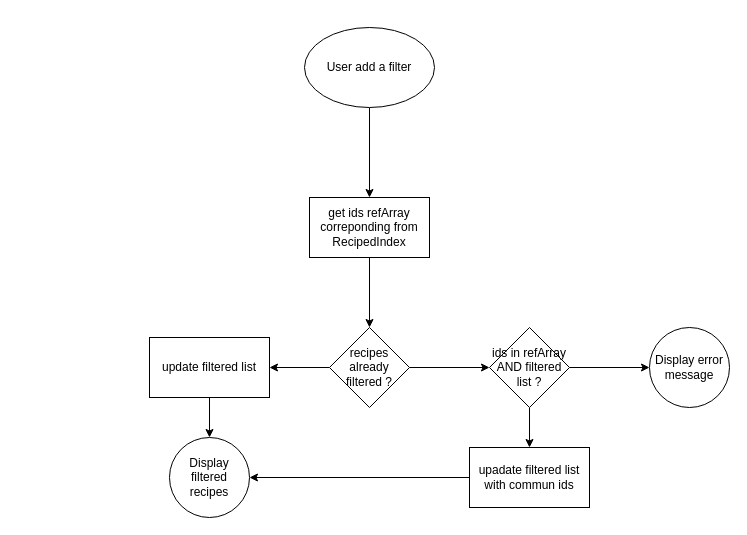
The draw.io diagram algorigram/filter-search.drawio in belaidSolene/les-petits-plats, before the edit. Source tidied: cells renumbered, new cells numbered last; positions are measured from the earlier drawing's top-left corner, leaving out a move shared by most shapes. Both pictures are drawn from the tidied source at 100%, with x=0, y=0 at pixel (149, 27).
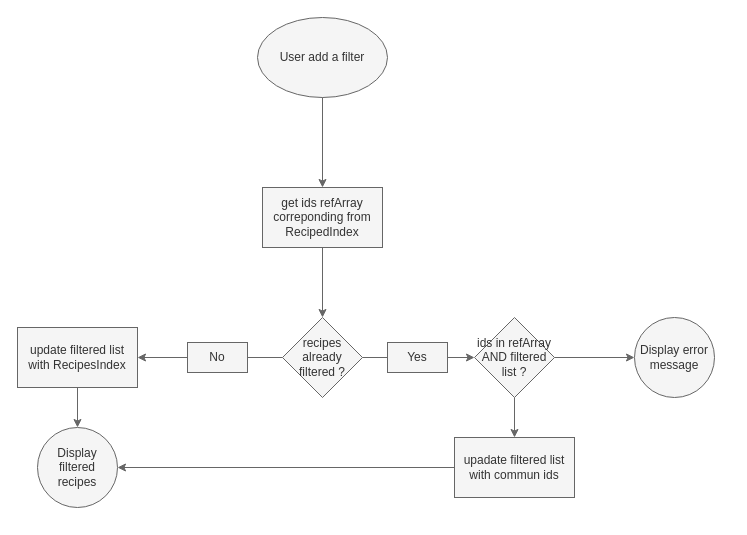
After the change.

What changed in the source:
```diff
@@
-<mxGraphModel>
+<mxGraphModel background="#ffffff">
@@
+    <mxCell id="3" value="User add a filter" style="ellipse;whiteSpace=wrap;html=1;fillColor=#f5f5f5;fontColor=#333333;strokeColor=#666666;" parent="1" vertex="1">
+      <mxGeometry x="108" y="-10" width="130" height="80" as="geometry" />
+    </mxCell>
-    <mxCell id="2" style="edgeStyle=none;html=1;" parent="1" edge="1" source="3" target="5">
+    <mxCell id="2" style="edgeStyle=none;html=1;fillColor=#f5f5f5;strokeColor=#666666;" parent="1" edge="1" source="3" target="5">
       <mxGeometry relative="1" as="geometry" />
     </mxCell>
-    <mxCell id="3" value="User add a filter" style="ellipse;whiteSpace=wrap;html=1;" parent="1" vertex="1">
-      <mxGeometry x="155" width="130" height="80" as="geometry" />
-    </mxCell>
+    <mxCell id="5" value="get ids refArray correponding from RecipedIndex" style="whiteSpace=wrap;html=1;fillColor=#f5f5f5;fontColor=#333333;strokeColor=#666666;" parent="1" vertex="1">
+      <mxGeometry x="113" y="160" width="120" height="60" as="geometry" />
+    </mxCell>
+    <mxCell id="8" value="recipes already filtered ?" style="rhombus;whiteSpace=wrap;html=1;fillColor=#f5f5f5;fontColor=#333333;strokeColor=#666666;" parent="1" vertex="1">
+      <mxGeometry x="133" y="290" width="80" height="80" as="geometry" />
+    </mxCell>
-    <mxCell id="4" style="edgeStyle=none;html=1;" parent="1" edge="1" source="5" target="8">
+    <mxCell id="4" style="edgeStyle=none;html=1;fillColor=#f5f5f5;strokeColor=#666666;" parent="1" edge="1" source="5" target="8">
       <mxGeometry relative="1" as="geometry" />
     </mxCell>
-    <mxCell id="5" value="get ids refArray correponding from RecipedIndex" style="whiteSpace=wrap;html=1;" parent="1" vertex="1">
-      <mxGeometry x="160" y="170" width="120" height="60" as="geometry" />
-    </mxCell>
-    <mxCell id="6" style="edgeStyle=none;html=1;" parent="1" edge="1" source="8" target="10">
-      <mxGeometry relative="1" as="geometry" />
-    </mxCell>
+    <mxCell id="10" value="update filtered list with RecipesIndex" style="whiteSpace=wrap;html=1;fillColor=#f5f5f5;fontColor=#333333;strokeColor=#666666;" parent="1" vertex="1">
+      <mxGeometry x="-132" y="300" width="120" height="60" as="geometry" />
+    </mxCell>
+    <mxCell id="13" value="ids in refArray AND filtered list ?" style="rhombus;whiteSpace=wrap;html=1;fillColor=#f5f5f5;fontColor=#333333;strokeColor=#666666;" parent="1" vertex="1">
+      <mxGeometry x="325" y="290" width="80" height="80" as="geometry" />
+    </mxCell>
-    <mxCell id="7" style="edgeStyle=none;html=1;" parent="1" edge="1" source="8" target="13">
+    <mxCell id="7" style="edgeStyle=none;html=1;startArrow=none;fillColor=#f5f5f5;strokeColor=#666666;" parent="1" edge="1" source="21" target="13">
       <mxGeometry relative="1" as="geometry" />
     </mxCell>
-    <mxCell id="8" value="recipes already filtered ?" style="rhombus;whiteSpace=wrap;html=1;" parent="1" vertex="1">
-      <mxGeometry x="180" y="300" width="80" height="80" as="geometry" />
-    </mxCell>
+    <mxCell id="14" value="Display filtered recipes" style="ellipse;whiteSpace=wrap;html=1;fillColor=#f5f5f5;fontColor=#333333;strokeColor=#666666;" parent="1" vertex="1">
+      <mxGeometry x="-112" y="400" width="80" height="80" as="geometry" />
+    </mxCell>
-    <mxCell id="9" style="edgeStyle=none;html=1;" parent="1" edge="1" source="10" target="14">
+    <mxCell id="9" style="edgeStyle=none;html=1;fillColor=#f5f5f5;strokeColor=#666666;" parent="1" edge="1" source="10" target="14">
       <mxGeometry relative="1" as="geometry" />
     </mxCell>
-    <mxCell id="10" value="update filtered list" style="whiteSpace=wrap;html=1;" parent="1" vertex="1">
-      <mxGeometry y="310" width="120" height="60" as="geometry" />
-    </mxCell>
-    <mxCell id="11" style="edgeStyle=none;html=1;exitX=0.5;exitY=1;exitDx=0;exitDy=0;" parent="1" edge="1" source="13" target="16">
-      <mxGeometry relative="1" as="geometry" />
-    </mxCell>
-    <mxCell id="12" style="edgeStyle=none;html=1;" parent="1" edge="1" source="13" target="17">
-      <mxGeometry relative="1" as="geometry" />
-    </mxCell>
-    <mxCell id="13" value="ids in refArray AND filtered list ?" style="rhombus;whiteSpace=wrap;html=1;" parent="1" vertex="1">
-      <mxGeometry x="340" y="300" width="80" height="80" as="geometry" />
-    </mxCell>
-    <mxCell id="14" value="Display filtered recipes" style="ellipse;whiteSpace=wrap;html=1;" parent="1" vertex="1">
-      <mxGeometry x="20" y="410" width="80" height="80" as="geometry" />
-    </mxCell>
-    <mxCell id="15" style="edgeStyle=none;html=1;exitX=0;exitY=0.5;exitDx=0;exitDy=0;entryX=1;entryY=0.5;entryDx=0;entryDy=0;" parent="1" edge="1" source="16" target="14">
+    <mxCell id="15" style="edgeStyle=none;html=1;exitX=0;exitY=0.5;exitDx=0;exitDy=0;entryX=1;entryY=0.5;entryDx=0;entryDy=0;fillColor=#f5f5f5;strokeColor=#666666;" parent="1" edge="1" source="16" target="14">
       <mxGeometry relative="1" as="geometry" />
     </mxCell>
-    <mxCell id="16" value="upadate filtered list with commun ids" style="whiteSpace=wrap;html=1;" parent="1" vertex="1">
-      <mxGeometry x="320" y="420" width="120" height="60" as="geometry" />
+    <mxCell id="16" value="upadate filtered list with commun ids" style="whiteSpace=wrap;html=1;fillColor=#f5f5f5;fontColor=#333333;strokeColor=#666666;" parent="1" vertex="1">
+      <mxGeometry x="305" y="410" width="120" height="60" as="geometry" />
     </mxCell>
+    <mxCell id="11" style="edgeStyle=none;html=1;exitX=0.5;exitY=1;exitDx=0;exitDy=0;fillColor=#f5f5f5;strokeColor=#666666;" parent="1" edge="1" source="13" target="16">
+      <mxGeometry relative="1" as="geometry" />
+    </mxCell>
-    <mxCell id="17" value="Display error message" style="ellipse;whiteSpace=wrap;html=1;" parent="1" vertex="1">
-      <mxGeometry x="500" y="300" width="80" height="80" as="geometry" />
+    <mxCell id="17" value="Display error message" style="ellipse;whiteSpace=wrap;html=1;fillColor=#f5f5f5;fontColor=#333333;strokeColor=#666666;" parent="1" vertex="1">
+      <mxGeometry x="485" y="290" width="80" height="80" as="geometry" />
     </mxCell>
+    <mxCell id="12" style="edgeStyle=none;html=1;fillColor=#f5f5f5;strokeColor=#666666;" parent="1" edge="1" source="13" target="17">
+      <mxGeometry relative="1" as="geometry" />
+    </mxCell>
+    <mxCell id="18" value="No" style="text;strokeColor=#666666;align=center;fillColor=#f5f5f5;html=1;verticalAlign=middle;whiteSpace=wrap;rounded=0;fontColor=#333333;" parent="1" vertex="1">
+      <mxGeometry x="38" y="315" width="60" height="30" as="geometry" />
+    </mxCell>
+    <mxCell id="19" style="edgeStyle=none;html=1;exitX=0;exitY=0.5;exitDx=0;exitDy=0;endArrow=none;endFill=0;fillColor=#f5f5f5;strokeColor=#666666;" parent="1" edge="1" source="8" target="18">
+      <mxGeometry relative="1" as="geometry" />
+    </mxCell>
+    <mxCell id="6" style="edgeStyle=none;html=1;exitX=0;exitY=0.5;exitDx=0;exitDy=0;fillColor=#f5f5f5;strokeColor=#666666;" parent="1" edge="1" source="18" target="10">
+      <mxGeometry relative="1" as="geometry" />
+    </mxCell>
+    <mxCell id="20" style="edgeStyle=none;html=1;endArrow=none;fillColor=#f5f5f5;strokeColor=#666666;" parent="1" edge="1" source="8" target="21">
+      <mxGeometry relative="1" as="geometry" />
+    </mxCell>
+    <mxCell id="21" value="Yes" style="text;strokeColor=#666666;align=center;fillColor=#f5f5f5;html=1;verticalAlign=middle;whiteSpace=wrap;rounded=0;fontColor=#333333;" parent="1" vertex="1">
+      <mxGeometry x="238" y="315" width="60" height="30" as="geometry" />
+    </mxCell>
```
